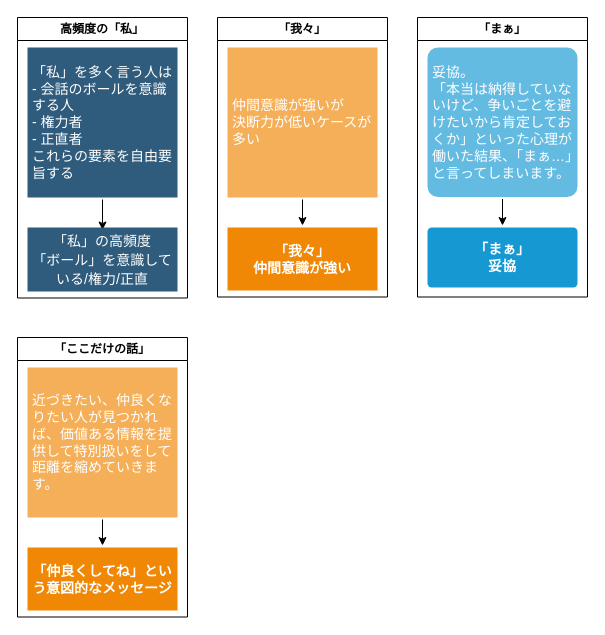
minegishirei/draw_v1 keeps this draw.io diagram as page "words" (3 of 3) of psy/read.drawio. Above is the earlier version. Source tidied: cells renumbered, new cells numbered last; positions are measured from the earlier drawing's top-left corner, leaving out a move shared by most shapes. Both pictures are drawn from the tidied source at 100%, with x=0, y=0 at pixel (17, 17).
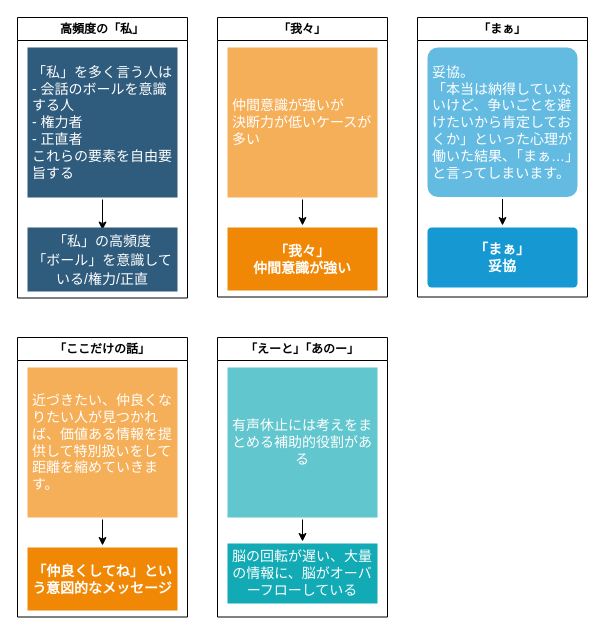
The same page after the edit.

Commit message (it also covers changes not shown here):
read.drawio を更新します

What changed in the source:
```diff
@@
+    <mxCell id="18" value="「えーと」「あのー」" style="swimlane;whiteSpace=wrap;html=1;" parent="1" vertex="1">
+      <mxGeometry x="200" y="320" width="170" height="279.5" as="geometry" />
+    </mxCell>
+    <mxCell id="19" style="edgeStyle=orthogonalEdgeStyle;rounded=0;jettySize=auto;html=1;" parent="18" edge="1" source="20" target="21">
+      <mxGeometry relative="1" as="geometry" />
+    </mxCell>
+    <mxCell id="20" value="有声休止には考えをまとめる補助的役割がある" style="rounded=1;whiteSpace=wrap;html=1;shadow=0;labelBackgroundColor=none;strokeColor=none;strokeWidth=3;fillColor=#61c6ce;fontFamily=Helvetica;fontSize=14;fontColor=#FFFFFF;align=center;spacing=5;fontStyle=0;arcSize=0;perimeterSpacing=2;" parent="18" vertex="1">
+      <mxGeometry x="10" y="30" width="150" height="150" as="geometry" />
+    </mxCell>
+    <mxCell id="21" value="&lt;span style=&quot;font-weight: 400;&quot;&gt;脳の回転が遅い、大量の情報に、脳がオーバーフローしている&lt;/span&gt;" style="rounded=1;whiteSpace=wrap;html=1;shadow=0;labelBackgroundColor=none;strokeColor=none;strokeWidth=3;fillColor=#12aab5;fontFamily=Helvetica;fontSize=14;fontColor=#FFFFFF;align=center;spacing=5;fontStyle=1;arcSize=0;perimeterSpacing=2;" parent="18" vertex="1">
+      <mxGeometry x="10" y="206" width="150" height="60" as="geometry" />
+    </mxCell>
```
